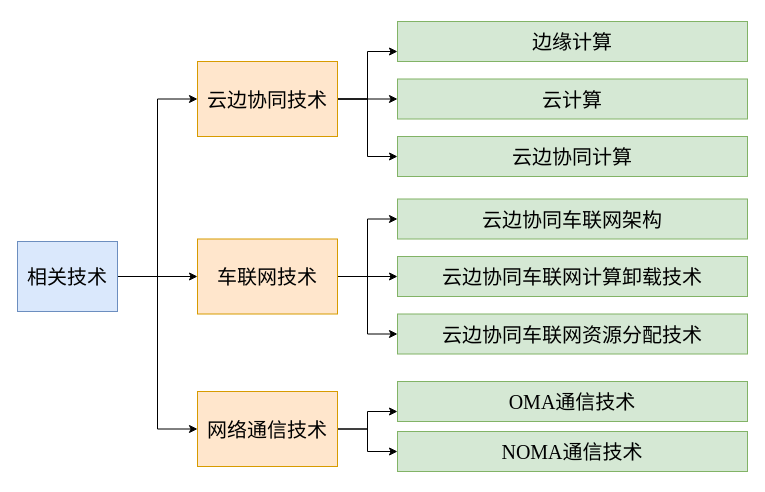
Earlier version of the draw.io diagram xiangguangongz.drawio (xiaotudoudoudoud/pipilu). Source tidied: cells renumbered, new cells numbered last; positions are measured from the earlier drawing's top-left corner, leaving out a move shared by most shapes. Both pictures are drawn from the tidied source at 100%, with x=0, y=0 at pixel (17, 21).
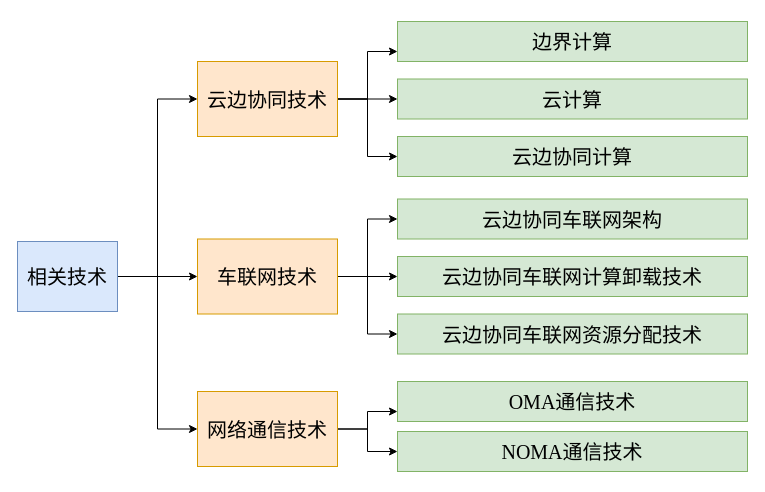
After the change.

Diff of the diagram source:
```diff
@@
-    <mxCell id="11" value="&lt;p class=&quot;MsoNormal&quot;&gt;&lt;span style=&quot;font-family: 宋体; font-size: 20px;&quot;&gt;边缘计算&lt;/span&gt;&lt;/p&gt;" style="rounded=0;whiteSpace=wrap;html=1;fillColor=#d5e8d4;strokeColor=#82b366;" parent="1" vertex="1">
+    <mxCell id="11" value="&lt;p class=&quot;MsoNormal&quot;&gt;&lt;span style=&quot;font-size: 20px;&quot;&gt;&lt;font face=&quot;宋体&quot; style=&quot;vertical-align: inherit;&quot;&gt;边界计算&lt;/font&gt;&lt;/span&gt;&lt;/p&gt;" style="rounded=0;whiteSpace=wrap;html=1;fillColor=#d5e8d4;strokeColor=#82b366;" parent="1" vertex="1">
       <mxGeometry x="380" width="350" height="40" as="geometry" />
     </mxCell>
```
